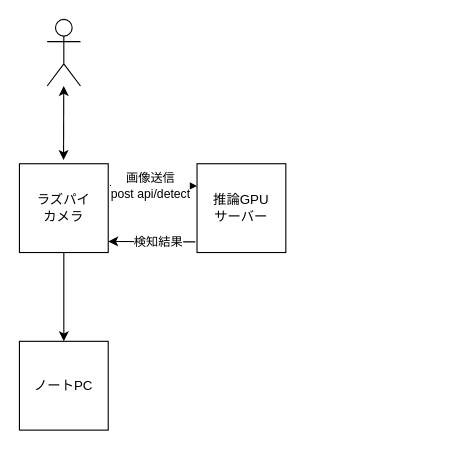
Before: app/arch.drawio in kapitantan/raspberrypi-camera, a draw.io diagram. Source tidied: cells renumbered, new cells numbered last; positions are measured from the earlier drawing's top-left corner, leaving out a move shared by most shapes. Both pictures are drawn from the tidied source at 111%, with x=0, y=0 at pixel (19, 19).
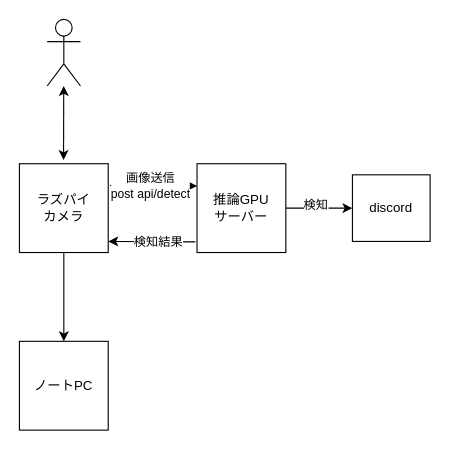
The same page after the edit.

Diff of the diagram source:
```diff
@@
 <mxGraphModel>
   <root>
     <mxCell id="0" />
     <mxCell id="1" parent="0" />
     <mxCell id="2" style="edgeStyle=none;html=1;entryX=0;entryY=0.25;entryDx=0;entryDy=0;exitX=1.021;exitY=0.246;exitDx=0;exitDy=0;exitPerimeter=0;" parent="1" edge="1" source="5" target="8">
       <mxGeometry relative="1" as="geometry" />
     </mxCell>
     <mxCell id="3" value="画像送信&lt;div&gt;post api/detect&lt;/div&gt;" style="edgeLabel;html=1;align=center;verticalAlign=middle;" parent="2" vertex="1">
       <mxGeometry x="-0.08" relative="1" as="geometry" />
     </mxCell>
     <mxCell id="4" style="edgeStyle=none;html=1;" parent="1" edge="1" source="5" target="9">
       <mxGeometry relative="1" as="geometry" />
     </mxCell>
     <mxCell id="5" value="ラズパイ&lt;br&gt;カメラ" style="whiteSpace=wrap;html=1;" parent="1" vertex="1">
       <mxGeometry y="130" width="80" height="80" as="geometry" />
     </mxCell>
     <mxCell id="6" style="shape=umlActor;verticalLabelPosition=bottom;verticalAlign=top;html=1;outlineConnect=0;" parent="1" vertex="1">
       <mxGeometry x="25" width="30" height="60" as="geometry" />
     </mxCell>
     <mxCell id="7" style="endArrow=classic;startArrow=classic;html=1;exitX=0.497;exitY=-0.042;exitDx=0;exitDy=0;exitPerimeter=0;" parent="1" edge="1" source="5" target="6">
       <mxGeometry relative="1" as="geometry" />
     </mxCell>
+    <mxCell id="12" style="edgeStyle=none;html=1;" parent="1" edge="1" source="8" target="14">
+      <mxGeometry relative="1" as="geometry" />
+    </mxCell>
+    <mxCell id="13" value="検知" style="edgeLabel;html=1;align=center;verticalAlign=middle;" parent="12" vertex="1">
+      <mxGeometry x="-0.17" y="4" relative="1" as="geometry">
+        <mxPoint x="1" as="offset" />
+      </mxGeometry>
+    </mxCell>
     <mxCell id="8" value="推論GPU&lt;br&gt;サーバー" style="whiteSpace=wrap;html=1;" parent="1" vertex="1">
       <mxGeometry x="160" y="130" width="80" height="80" as="geometry" />
     </mxCell>
     <mxCell id="9" value="ノートPC" style="whiteSpace=wrap;html=1;" parent="1" vertex="1">
       <mxGeometry y="290" width="80" height="80" as="geometry" />
     </mxCell>
     <mxCell id="10" style="edgeStyle=none;html=1;entryX=1;entryY=0.875;entryDx=0;entryDy=0;entryPerimeter=0;exitX=-0.019;exitY=0.88;exitDx=0;exitDy=0;exitPerimeter=0;" parent="1" edge="1" source="8" target="5">
       <mxGeometry relative="1" as="geometry" />
     </mxCell>
     <mxCell id="11" value="検知結果" style="edgeLabel;html=1;align=center;verticalAlign=middle;" parent="10" vertex="1">
       <mxGeometry x="-0.13" relative="1" as="geometry" />
     </mxCell>
+    <mxCell id="14" value="discord" style="whiteSpace=wrap;html=1;" parent="1" vertex="1">
+      <mxGeometry x="300" y="140" width="70" height="60" as="geometry" />
+    </mxCell>
   </root>
 </mxGraphModel>
```
